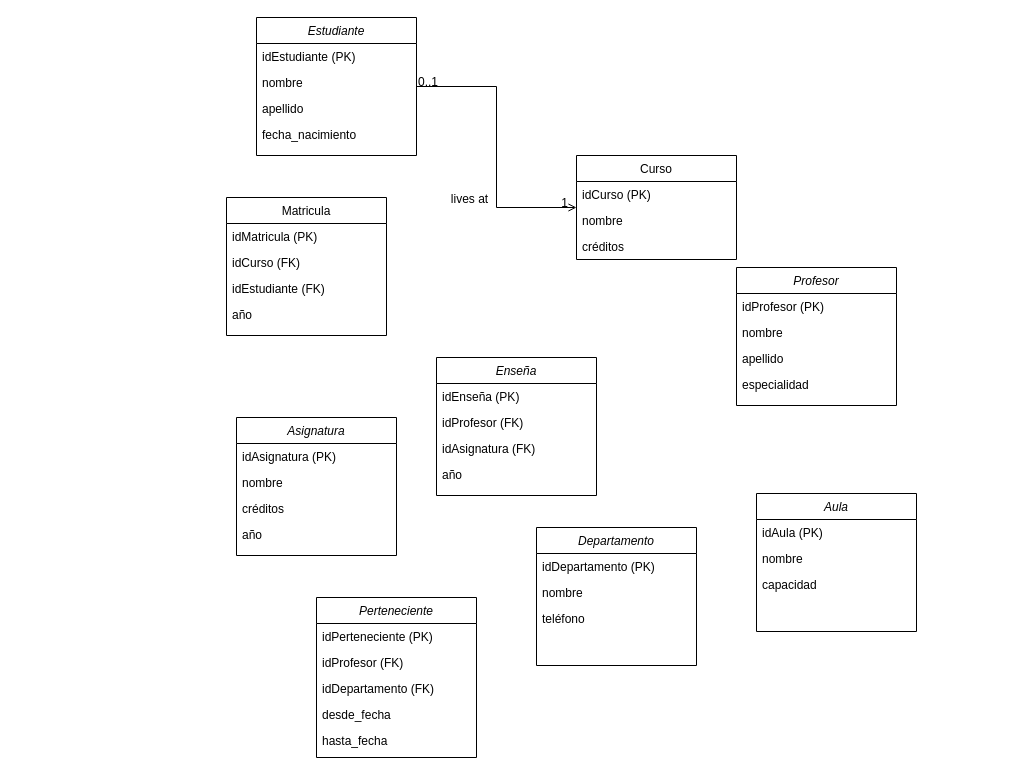
jenngold20/sistema_gestion_universitaria keeps this draw.io diagram as deruniversidad.drawio. Above is the earlier version. Source tidied: cells renumbered, new cells numbered last; positions are measured from the earlier drawing's top-left corner, leaving out a move shared by most shapes. Both pictures are drawn from the tidied source at 100%, with x=0, y=0 at pixel (226, 17).
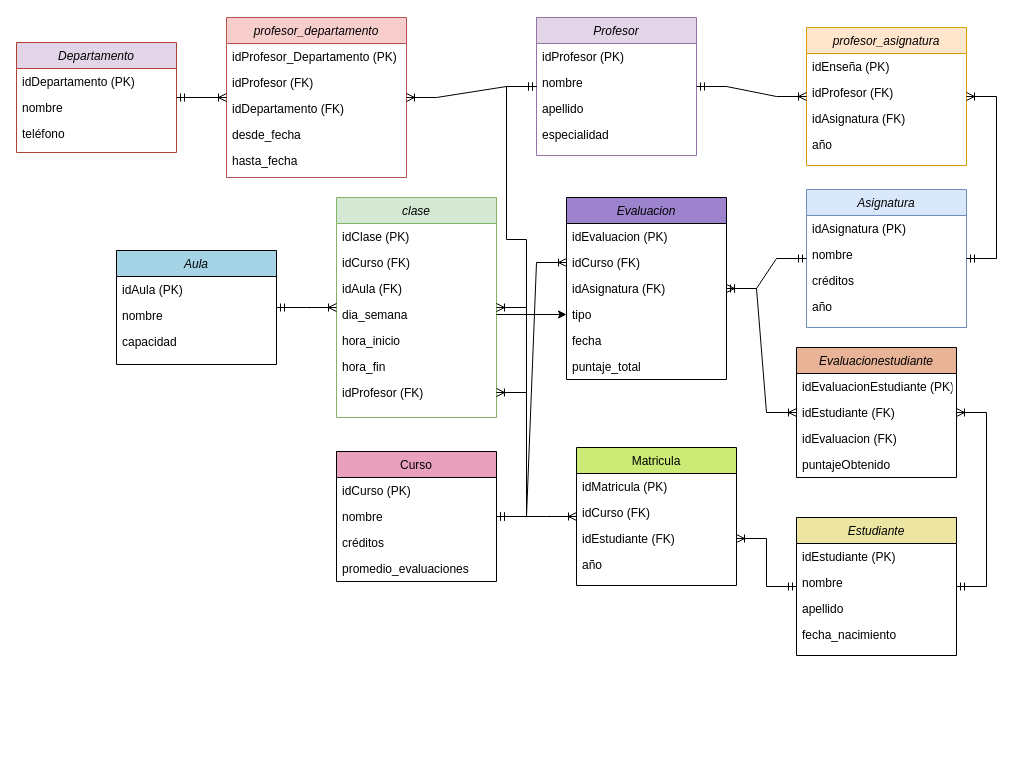
The same diagram, later.

Commit message:
Der colores

The change refers to these unchanged cells:
```xml
<mxCell id="10" value="idEstudiante (FK)" style="text;align=left;verticalAlign=top;spacingLeft=4;spacingRight=4;overflow=hidden;points=[[0,0.5],[1,0.5]];portConstraint=eastwest;fontStyle=0;" parent="7" vertex="1">
  <mxGeometry y="78" width="160" height="26" as="geometry" />
</mxCell>
```

The edit, as a diff of the source:
```diff
@@
-    <mxCell id="2" value="Estudiante" style="swimlane;fontStyle=2;align=center;verticalAlign=top;horizontal=1;startSize=26;rounded=0;shadow=0;strokeWidth=1;" parent="1" vertex="1">
-      <mxGeometry x="30" width="160" height="138" as="geometry" />
+    <mxCell id="2" value="Estudiante" style="swimlane;fontStyle=2;align=center;verticalAlign=top;horizontal=1;startSize=26;rounded=0;shadow=0;strokeWidth=1;fillColor=#ece6a2;" parent="1" vertex="1">
+      <mxGeometry x="570" y="500" width="160" height="138" as="geometry" />
     </mxCell>
@@
-    <mxCell id="7" value="Matricula" style="swimlane;fontStyle=0;align=center;verticalAlign=top;horizontal=1;startSize=26;rounded=0;shadow=0;strokeWidth=1;" parent="1" vertex="1">
-      <mxGeometry y="180" width="160" height="138" as="geometry" />
+    <mxCell id="7" value="Matricula" style="swimlane;fontStyle=0;align=center;verticalAlign=top;horizontal=1;startSize=26;rounded=0;shadow=0;strokeWidth=1;fillColor=#cbea76;" parent="1" vertex="1">
+      <mxGeometry x="350" y="430" width="160" height="138" as="geometry" />
     </mxCell>
@@
-    <mxCell id="12" value="Curso" style="swimlane;fontStyle=0;align=center;verticalAlign=top;horizontal=1;startSize=26;rounded=0;shadow=0;strokeWidth=1;" parent="1" vertex="1">
-      <mxGeometry x="350" y="138" width="160" height="104" as="geometry" />
+    <mxCell id="12" value="Curso" style="swimlane;fontStyle=0;align=center;verticalAlign=top;horizontal=1;startSize=26;rounded=0;shadow=0;strokeWidth=1;fillColor=#e9a0bd;" parent="1" vertex="1">
+      <mxGeometry x="110" y="434" width="160" height="130" as="geometry" />
     </mxCell>
@@
-    <mxCell id="16" style="endArrow=open;shadow=0;strokeWidth=1;rounded=0;endFill=1;edgeStyle=elbowEdgeStyle;elbow=vertical;" parent="1" edge="1" source="2" target="12">
-      <mxGeometry x="0.5" y="41" relative="1" as="geometry">
-        <mxPoint x="-40" y="32" as="offset" />
-      </mxGeometry>
-    </mxCell>
-    <mxCell id="17" value="0..1" style="align=left;verticalAlign=bottom;labelBackgroundColor=none;fontSize=12;" parent="16" vertex="1">
-      <mxGeometry x="-1" relative="1" as="geometry">
-        <mxPoint y="4" as="offset" />
-      </mxGeometry>
-    </mxCell>
-    <mxCell id="18" value="1" style="align=right;verticalAlign=bottom;labelBackgroundColor=none;fontSize=12;" parent="16" vertex="1">
-      <mxGeometry x="1" relative="1" as="geometry">
-        <mxPoint x="-7" y="4" as="offset" />
-      </mxGeometry>
-    </mxCell>
-    <mxCell id="19" value="lives at" style="text;html=1;align=center;verticalAlign=middle;labelBackgroundColor=none;rounded=0;shadow=0;strokeWidth=1;fontSize=12;" parent="16" vertex="1">
-      <mxGeometry x="0.5" y="49" relative="1" as="geometry">
-        <mxPoint x="-38" y="40" as="offset" />
-      </mxGeometry>
-    </mxCell>
+    <mxCell id="49" value="promedio_evaluaciones" style="text;align=left;verticalAlign=top;spacingLeft=4;spacingRight=4;overflow=hidden;" parent="12" vertex="1">
+      <mxGeometry y="104" width="160" height="26" as="geometry" />
+    </mxCell>
-    <mxCell id="20" value="Enseña" style="swimlane;fontStyle=2;align=center;verticalAlign=top;horizontal=1;startSize=26;rounded=0;shadow=0;strokeWidth=1;" parent="1" vertex="1">
-      <mxGeometry x="210" y="340" width="160" height="138" as="geometry" />
+    <mxCell id="20" value="profesor_asignatura" style="swimlane;fontStyle=2;align=center;verticalAlign=top;horizontal=1;startSize=26;rounded=0;shadow=0;strokeWidth=1;fillColor=#ffe6cc;strokeColor=#d79b00;" parent="1" vertex="1">
+      <mxGeometry x="580" y="10" width="160" height="138" as="geometry" />
     </mxCell>
@@
-    <mxCell id="25" value="Asignatura" style="swimlane;fontStyle=2;align=center;verticalAlign=top;horizontal=1;startSize=26;rounded=0;shadow=0;strokeWidth=1;" parent="1" vertex="1">
-      <mxGeometry x="10" y="400" width="160" height="138" as="geometry" />
+    <mxCell id="25" value="Asignatura" style="swimlane;fontStyle=2;align=center;verticalAlign=top;horizontal=1;startSize=26;rounded=0;shadow=0;strokeWidth=1;fillColor=#dae8fc;strokeColor=#6c8ebf;" parent="1" vertex="1">
+      <mxGeometry x="580" y="172" width="160" height="138" as="geometry" />
     </mxCell>
@@
-    <mxCell id="30" value="Departamento" style="swimlane;fontStyle=2;align=center;verticalAlign=top;horizontal=1;startSize=26;rounded=0;shadow=0;strokeWidth=1;" parent="1" vertex="1">
-      <mxGeometry x="310" y="510" width="160" height="138" as="geometry" />
+    <mxCell id="30" value="Departamento" style="swimlane;fontStyle=2;align=center;verticalAlign=top;horizontal=1;startSize=26;rounded=0;shadow=0;strokeWidth=1;fillColor=#E1D5E7;strokeColor=#ae4132;" parent="1" vertex="1">
+      <mxGeometry x="-210" y="25" width="160" height="110" as="geometry" />
     </mxCell>
@@
-    <mxCell id="34" value="Perteneciente" style="swimlane;fontStyle=2;align=center;verticalAlign=top;horizontal=1;startSize=26;rounded=0;shadow=0;strokeWidth=1;" parent="1" vertex="1">
-      <mxGeometry x="90" y="580" width="160" height="160" as="geometry" />
+    <mxCell id="34" value="profesor_departamento" style="swimlane;fontStyle=2;align=center;verticalAlign=top;horizontal=1;startSize=26;rounded=0;shadow=0;strokeWidth=1;fillColor=#f8cecc;strokeColor=#b85450;" parent="1" vertex="1">
+      <mxGeometry width="180" height="160" as="geometry" />
     </mxCell>
-    <mxCell id="35" value="idPerteneciente (PK)" style="text;align=left;verticalAlign=top;spacingLeft=4;spacingRight=4;overflow=hidden;" parent="34" vertex="1">
-      <mxGeometry y="26" width="160" height="26" as="geometry" />
+    <mxCell id="35" value="idProfesor_Departamento (PK)" style="text;align=left;verticalAlign=top;spacingLeft=4;spacingRight=4;overflow=hidden;" parent="34" vertex="1">
+      <mxGeometry y="26" width="180" height="26" as="geometry" />
     </mxCell>
     <mxCell id="36" value="idProfesor (FK)" style="text;align=left;verticalAlign=top;spacingLeft=4;spacingRight=4;overflow=hidden;rounded=0;shadow=0;html=0;" parent="34" vertex="1">
-      <mxGeometry y="52" width="160" height="26" as="geometry" />
+      <mxGeometry y="52" width="180" height="26" as="geometry" />
     </mxCell>
     <mxCell id="37" value="idDepartamento (FK)" style="text;align=left;verticalAlign=top;spacingLeft=4;spacingRight=4;overflow=hidden;rounded=0;shadow=0;html=0;" parent="34" vertex="1">
-      <mxGeometry y="78" width="160" height="26" as="geometry" />
+      <mxGeometry y="78" width="180" height="26" as="geometry" />
     </mxCell>
     <mxCell id="38" value="desde_fecha" style="text;align=left;verticalAlign=top;spacingLeft=4;spacingRight=4;overflow=hidden;" parent="34" vertex="1">
-      <mxGeometry y="104" width="160" height="26" as="geometry" />
+      <mxGeometry y="104" width="180" height="26" as="geometry" />
     </mxCell>
     <mxCell id="39" value="hasta_fecha" style="text;align=left;verticalAlign=top;spacingLeft=4;spacingRight=4;overflow=hidden;" parent="34" vertex="1">
-      <mxGeometry y="130" width="160" height="26" as="geometry" />
+      <mxGeometry y="130" width="180" height="26" as="geometry" />
     </mxCell>
-    <mxCell id="40" value="Profesor" style="swimlane;fontStyle=2;align=center;verticalAlign=top;horizontal=1;startSize=26;rounded=0;shadow=0;strokeWidth=1;" parent="1" vertex="1">
-      <mxGeometry x="510" y="250" width="160" height="138" as="geometry" />
+    <mxCell id="40" value="Profesor" style="swimlane;fontStyle=2;align=center;verticalAlign=top;horizontal=1;startSize=26;rounded=0;shadow=0;strokeWidth=1;fillColor=#e1d5e7;strokeColor=#9673a6;" parent="1" vertex="1">
+      <mxGeometry x="310" width="160" height="138" as="geometry" />
     </mxCell>
@@
-    <mxCell id="45" value="Aula" style="swimlane;fontStyle=2;align=center;verticalAlign=top;horizontal=1;startSize=26;rounded=0;shadow=0;strokeWidth=1;" parent="1" vertex="1">
-      <mxGeometry x="530" y="476" width="160" height="138" as="geometry" />
+    <mxCell id="45" value="Aula" style="swimlane;fontStyle=2;align=center;verticalAlign=top;horizontal=1;startSize=26;rounded=0;shadow=0;strokeWidth=1;fillColor=#a4d4e5;" parent="1" vertex="1">
+      <mxGeometry x="-110" y="233" width="160" height="114" as="geometry" />
     </mxCell>
@@
+    <mxCell id="50" style="edgeStyle=entityRelationEdgeStyle;fontSize=12;html=1;endArrow=ERoneToMany;startArrow=ERmandOne;rounded=0;" parent="1" edge="1" source="2" target="10">
+      <mxGeometry relative="1" as="geometry" />
+    </mxCell>
+    <mxCell id="51" style="edgeStyle=entityRelationEdgeStyle;fontSize=12;html=1;endArrow=ERoneToMany;startArrow=ERmandOne;rounded=0;" parent="1" edge="1" source="12" target="7">
+      <mxGeometry relative="1" as="geometry">
+        <Array as="points">
+          <mxPoint x="280" y="570" />
+        </Array>
+      </mxGeometry>
+    </mxCell>
+    <mxCell id="52" value="Evaluacion" style="swimlane;fontStyle=2;align=center;verticalAlign=top;horizontal=1;startSize=26;rounded=0;shadow=0;strokeWidth=1;fillColor=#9d82ce;" parent="1" vertex="1">
+      <mxGeometry x="340" y="180" width="160" height="182" as="geometry" />
+    </mxCell>
+    <mxCell id="53" value="idEvaluacion (PK)" style="text;align=left;verticalAlign=top;spacingLeft=4;spacingRight=4;overflow=hidden;" parent="52" vertex="1">
+      <mxGeometry y="26" width="160" height="26" as="geometry" />
+    </mxCell>
+    <mxCell id="54" value="idCurso (FK)" style="text;align=left;verticalAlign=top;spacingLeft=4;spacingRight=4;overflow=hidden;points=[[0,0.5],[1,0.5]];portConstraint=eastwest;rounded=0;shadow=0;html=0;" parent="52" vertex="1">
+      <mxGeometry y="52" width="160" height="26" as="geometry" />
+    </mxCell>
+    <mxCell id="55" value="idAsignatura (FK)" style="text;align=left;verticalAlign=top;spacingLeft=4;spacingRight=4;overflow=hidden;rounded=0;shadow=0;html=0;" parent="52" vertex="1">
+      <mxGeometry y="78" width="160" height="26" as="geometry" />
+    </mxCell>
+    <mxCell id="56" value="tipo" style="text;align=left;verticalAlign=top;spacingLeft=4;spacingRight=4;overflow=hidden;points=[[0,0.5],[1,0.5]];portConstraint=eastwest;" parent="52" vertex="1">
+      <mxGeometry y="104" width="160" height="26" as="geometry" />
+    </mxCell>
+    <mxCell id="57" value="fecha" style="text;align=left;verticalAlign=top;spacingLeft=4;spacingRight=4;overflow=hidden;" parent="52" vertex="1">
+      <mxGeometry y="130" width="160" height="26" as="geometry" />
+    </mxCell>
+    <mxCell id="58" value="puntaje_total" style="text;align=left;verticalAlign=top;spacingLeft=4;spacingRight=4;overflow=hidden;" parent="52" vertex="1">
+      <mxGeometry y="156" width="160" height="26" as="geometry" />
+    </mxCell>
+    <mxCell id="59" value="Evaluacionestudiante" style="swimlane;fontStyle=2;align=center;verticalAlign=top;horizontal=1;startSize=26;rounded=0;shadow=0;strokeWidth=1;fillColor=#e8b396;" parent="1" vertex="1">
+      <mxGeometry x="570" y="330" width="160" height="130" as="geometry" />
+    </mxCell>
+    <mxCell id="60" value="idEvaluacionEstudiante (PK)" style="text;align=left;verticalAlign=top;spacingLeft=4;spacingRight=4;overflow=hidden;" parent="59" vertex="1">
+      <mxGeometry y="26" width="160" height="26" as="geometry" />
+    </mxCell>
+    <mxCell id="61" value="idEstudiante (FK)" style="text;align=left;verticalAlign=top;spacingLeft=4;spacingRight=4;overflow=hidden;rounded=0;shadow=0;html=0;" parent="59" vertex="1">
+      <mxGeometry y="52" width="160" height="26" as="geometry" />
+    </mxCell>
+    <mxCell id="62" value="idEvaluacion (FK)" style="text;align=left;verticalAlign=top;spacingLeft=4;spacingRight=4;overflow=hidden;rounded=0;shadow=0;html=0;" parent="59" vertex="1">
+      <mxGeometry y="78" width="160" height="26" as="geometry" />
+    </mxCell>
+    <mxCell id="63" value="puntajeObtenido" style="text;align=left;verticalAlign=top;spacingLeft=4;spacingRight=4;overflow=hidden;" parent="59" vertex="1">
+      <mxGeometry y="104" width="160" height="26" as="geometry" />
+    </mxCell>
+    <mxCell id="64" value="clase" style="swimlane;fontStyle=2;align=center;verticalAlign=top;horizontal=1;startSize=26;rounded=0;shadow=0;strokeWidth=1;fillColor=#d5e8d4;strokeColor=#82b366;" parent="1" vertex="1">
+      <mxGeometry x="110" y="180" width="160" height="220" as="geometry" />
+    </mxCell>
+    <mxCell id="65" value="idClase (PK)" style="text;align=left;verticalAlign=top;spacingLeft=4;spacingRight=4;overflow=hidden;" parent="64" vertex="1">
+      <mxGeometry y="26" width="160" height="26" as="geometry" />
+    </mxCell>
+    <mxCell id="66" value="idCurso (FK)" style="text;align=left;verticalAlign=top;spacingLeft=4;spacingRight=4;overflow=hidden;rounded=0;shadow=0;html=0;" parent="64" vertex="1">
+      <mxGeometry y="52" width="160" height="26" as="geometry" />
+    </mxCell>
+    <mxCell id="67" value="idAula (FK)" style="text;align=left;verticalAlign=top;spacingLeft=4;spacingRight=4;overflow=hidden;rounded=0;shadow=0;html=0;" parent="64" vertex="1">
+      <mxGeometry y="78" width="160" height="26" as="geometry" />
+    </mxCell>
+    <mxCell id="68" value="dia_semana" style="text;align=left;verticalAlign=top;spacingLeft=4;spacingRight=4;overflow=hidden;points=[[0,0.5],[1,0.5]];portConstraint=eastwest;" parent="64" vertex="1">
+      <mxGeometry y="104" width="160" height="26" as="geometry" />
+    </mxCell>
+    <mxCell id="69" value="hora_inicio" style="text;align=left;verticalAlign=top;spacingLeft=4;spacingRight=4;overflow=hidden;" parent="64" vertex="1">
+      <mxGeometry y="130" width="160" height="26" as="geometry" />
+    </mxCell>
+    <mxCell id="70" value="hora_fin" style="text;align=left;verticalAlign=top;spacingLeft=4;spacingRight=4;overflow=hidden;" parent="64" vertex="1">
+      <mxGeometry y="156" width="160" height="26" as="geometry" />
+    </mxCell>
+    <mxCell id="71" value="idProfesor (FK)" style="text;align=left;verticalAlign=top;spacingLeft=4;spacingRight=4;overflow=hidden;points=[[0,0.5],[1,0.5]];portConstraint=eastwest;" parent="64" vertex="1">
+      <mxGeometry y="182" width="160" height="26" as="geometry" />
+    </mxCell>
+    <mxCell id="72" style="edgeStyle=entityRelationEdgeStyle;fontSize=12;html=1;endArrow=ERoneToMany;startArrow=ERmandOne;rounded=0;" parent="1" edge="1" source="2" target="59">
+      <mxGeometry relative="1" as="geometry">
+        <Array as="points">
+          <mxPoint x="850" y="11" />
+          <mxPoint x="610" y="580" />
+        </Array>
+      </mxGeometry>
+    </mxCell>
+    <mxCell id="73" style="edgeStyle=entityRelationEdgeStyle;fontSize=12;html=1;endArrow=ERoneToMany;startArrow=ERmandOne;rounded=0;" parent="1" edge="1" source="52" target="59">
+      <mxGeometry relative="1" as="geometry">
+        <Array as="points">
+          <mxPoint x="290" y="580" />
+          <mxPoint x="610" y="450" />
+        </Array>
+      </mxGeometry>
+    </mxCell>
+    <mxCell id="74" style="edgeStyle=entityRelationEdgeStyle;fontSize=12;html=1;endArrow=ERoneToMany;startArrow=ERmandOne;rounded=0;" parent="1" edge="1" source="25" target="52">
+      <mxGeometry relative="1" as="geometry">
+        <Array as="points">
+          <mxPoint x="600" y="310" />
+          <mxPoint x="600" y="290" />
+          <mxPoint x="300" y="590" />
+          <mxPoint x="480" y="340" />
+          <mxPoint x="600" y="340" />
+          <mxPoint x="630" y="340" />
+          <mxPoint x="470" y="330" />
+          <mxPoint x="620" y="460" />
+          <mxPoint x="440" y="340" />
+          <mxPoint x="590" y="500" />
+        </Array>
+      </mxGeometry>
+    </mxCell>
+    <mxCell id="75" style="edgeStyle=entityRelationEdgeStyle;fontSize=12;html=1;endArrow=ERoneToMany;startArrow=ERmandOne;rounded=0;" parent="1" edge="1" source="25" target="20">
+      <mxGeometry relative="1" as="geometry">
+        <Array as="points">
+          <mxPoint x="290" y="580" />
+        </Array>
+      </mxGeometry>
+    </mxCell>
+    <mxCell id="76" style="edgeStyle=entityRelationEdgeStyle;fontSize=12;html=1;endArrow=ERoneToMany;startArrow=ERmandOne;rounded=0;" parent="1" edge="1" source="45" target="64">
+      <mxGeometry relative="1" as="geometry">
+        <Array as="points">
+          <mxPoint x="290" y="580" />
+        </Array>
+      </mxGeometry>
+    </mxCell>
+    <mxCell id="77" style="edgeStyle=entityRelationEdgeStyle;fontSize=12;html=1;endArrow=ERoneToMany;startArrow=ERmandOne;rounded=0;" parent="1" edge="1" source="12" target="64">
+      <mxGeometry relative="1" as="geometry">
+        <Array as="points">
+          <mxPoint x="300" y="590" />
+        </Array>
+      </mxGeometry>
+    </mxCell>
+    <mxCell id="78" style="edgeStyle=entityRelationEdgeStyle;fontSize=12;html=1;endArrow=ERoneToMany;startArrow=ERmandOne;rounded=0;" parent="1" edge="1" source="12" target="54">
+      <mxGeometry relative="1" as="geometry">
+        <Array as="points">
+          <mxPoint x="270" y="580" />
+          <mxPoint x="300" y="590" />
+        </Array>
+      </mxGeometry>
+    </mxCell>
+    <mxCell id="79" style="edgeStyle=entityRelationEdgeStyle;fontSize=12;html=1;endArrow=ERoneToMany;startArrow=ERmandOne;rounded=0;" parent="1" edge="1" source="40" target="20">
+      <mxGeometry relative="1" as="geometry">
+        <Array as="points">
+          <mxPoint x="300" y="590" />
+        </Array>
+      </mxGeometry>
+    </mxCell>
+    <mxCell id="80" style="edgeStyle=entityRelationEdgeStyle;fontSize=12;html=1;endArrow=ERoneToMany;startArrow=ERmandOne;rounded=0;" parent="1" edge="1" source="40" target="34">
+      <mxGeometry relative="1" as="geometry">
+        <Array as="points">
+          <mxPoint x="300" y="590" />
+        </Array>
+      </mxGeometry>
+    </mxCell>
+    <mxCell id="81" style="edgeStyle=entityRelationEdgeStyle;fontSize=12;html=1;endArrow=ERoneToMany;startArrow=ERmandOne;rounded=0;" parent="1" edge="1" source="30" target="34">
+      <mxGeometry relative="1" as="geometry">
+        <Array as="points">
+          <mxPoint x="300" y="590" />
+        </Array>
+      </mxGeometry>
+    </mxCell>
+    <mxCell id="82" style="edgeStyle=entityRelationEdgeStyle;fontSize=12;html=1;endArrow=ERoneToMany;startArrow=ERmandOne;rounded=0;" parent="1" edge="1" source="40" target="71">
+      <mxGeometry relative="1" as="geometry">
+        <Array as="points">
+          <mxPoint x="300" y="590" />
+        </Array>
+      </mxGeometry>
+    </mxCell>
+    <mxCell id="83" style="edgeStyle=orthogonalEdgeStyle;rounded=0;jettySize=auto;html=1;" parent="1" edge="1" source="68" target="56">
+      <mxGeometry relative="1" as="geometry" />
+    </mxCell>
```
